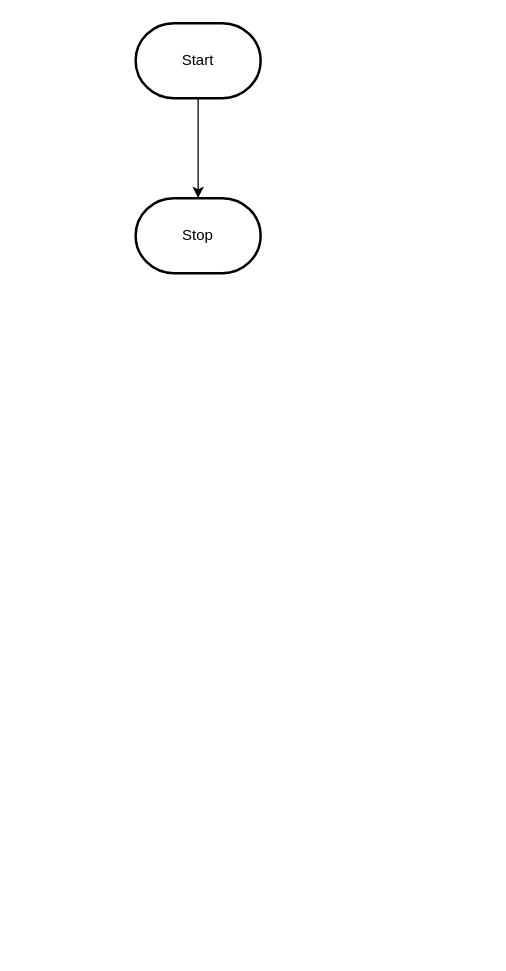
Above: design/flowchart.drawio in MTHS-TEJ2O-1-2023/TEJ2O-Unit-2-12-daki-atahwalp-antango-boad (draw.io), before the change. Source tidied: cells renumbered, new cells numbered last; positions are measured from the earlier drawing's top-left corner, leaving out a move shared by most shapes. Both pictures are drawn from the tidied source at 125%, with x=0, y=0 at pixel (135, 22).
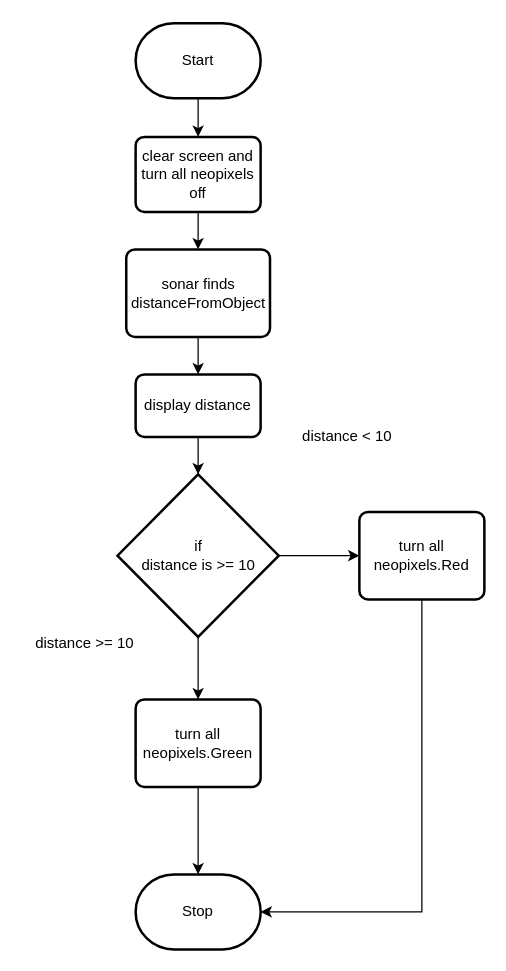
The same page after the edit.

What changed in the source:
```diff
@@
 <mxGraphModel>
   <root>
     <mxCell id="0" />
     <mxCell id="1" parent="0" />
-    <mxCell id="2" style="edgeStyle=orthogonalEdgeStyle;html=1;rounded=0;" parent="1" edge="1" source="3" target="4">
-      <mxGeometry relative="1" as="geometry" />
-    </mxCell>
+    <mxCell id="5" style="edgeStyle=none;html=1;exitX=0.5;exitY=1;exitDx=0;exitDy=0;exitPerimeter=0;entryX=0.5;entryY=0;entryDx=0;entryDy=0;" parent="1" edge="1" source="3" target="2">
+      <mxGeometry relative="1" as="geometry" />
+    </mxCell>
     <mxCell id="3" value="Start" style="strokeWidth=2;html=1;shape=mxgraph.flowchart.terminator;whiteSpace=wrap;" parent="1" vertex="1">
       <mxGeometry width="100" height="60" as="geometry" />
     </mxCell>
     <mxCell id="4" value="Stop" style="strokeWidth=2;html=1;shape=mxgraph.flowchart.terminator;whiteSpace=wrap;" parent="1" vertex="1">
-      <mxGeometry y="140" width="100" height="60" as="geometry" />
+      <mxGeometry y="681" width="100" height="60" as="geometry" />
     </mxCell>
+    <mxCell id="6" style="edgeStyle=none;html=1;exitX=0.5;exitY=1;exitDx=0;exitDy=0;entryX=0.5;entryY=0;entryDx=0;entryDy=0;" parent="1" edge="1" source="2" target="8">
+      <mxGeometry relative="1" as="geometry" />
+    </mxCell>
+    <mxCell id="2" value="clear screen and turn all neopixels off" style="rounded=1;whiteSpace=wrap;html=1;absoluteArcSize=1;arcSize=14;strokeWidth=2;" parent="1" vertex="1">
+      <mxGeometry y="91" width="100" height="60" as="geometry" />
+    </mxCell>
+    <mxCell id="7" style="edgeStyle=none;html=1;exitX=0.5;exitY=1;exitDx=0;exitDy=0;entryX=0.5;entryY=0;entryDx=0;entryDy=0;" parent="1" edge="1" source="8" target="15">
+      <mxGeometry relative="1" as="geometry" />
+    </mxCell>
+    <mxCell id="8" value="sonar finds distanceFromObject" style="rounded=1;whiteSpace=wrap;html=1;absoluteArcSize=1;arcSize=14;strokeWidth=2;" parent="1" vertex="1">
+      <mxGeometry x="-7.5" y="181" width="115" height="70" as="geometry" />
+    </mxCell>
+    <mxCell id="9" style="edgeStyle=none;html=1;exitX=0.5;exitY=1;exitDx=0;exitDy=0;exitPerimeter=0;entryX=0.5;entryY=0;entryDx=0;entryDy=0;" parent="1" edge="1" source="11" target="17">
+      <mxGeometry relative="1" as="geometry" />
+    </mxCell>
+    <mxCell id="10" style="edgeStyle=none;html=1;exitX=1;exitY=0.5;exitDx=0;exitDy=0;exitPerimeter=0;" parent="1" edge="1" source="11" target="19">
+      <mxGeometry relative="1" as="geometry" />
+    </mxCell>
+    <mxCell id="11" value="if&lt;br&gt;distance is &amp;gt;= 10" style="strokeWidth=2;html=1;shape=mxgraph.flowchart.decision;whiteSpace=wrap;" parent="1" vertex="1">
+      <mxGeometry x="-14.5" y="361" width="129" height="130" as="geometry" />
+    </mxCell>
+    <mxCell id="12" value="distance &amp;lt; 10" style="text;html=1;align=center;verticalAlign=middle;strokeColor=none;fillColor=none;" parent="1" vertex="1">
+      <mxGeometry x="119" y="316" width="100" height="30" as="geometry" />
+    </mxCell>
+    <mxCell id="13" value="distance &amp;gt;= 10" style="text;html=1;align=center;verticalAlign=middle;strokeColor=none;fillColor=none;" parent="1" vertex="1">
+      <mxGeometry x="-91" y="481" width="100" height="30" as="geometry" />
+    </mxCell>
+    <mxCell id="14" style="edgeStyle=none;html=1;exitX=0.5;exitY=1;exitDx=0;exitDy=0;entryX=0.5;entryY=0;entryDx=0;entryDy=0;entryPerimeter=0;" parent="1" edge="1" source="15" target="11">
+      <mxGeometry relative="1" as="geometry" />
+    </mxCell>
+    <mxCell id="15" value="display distance" style="rounded=1;whiteSpace=wrap;html=1;absoluteArcSize=1;arcSize=14;strokeWidth=2;" parent="1" vertex="1">
+      <mxGeometry y="281" width="100" height="50" as="geometry" />
+    </mxCell>
+    <mxCell id="16" style="edgeStyle=none;html=1;exitX=0.5;exitY=1;exitDx=0;exitDy=0;entryX=0.5;entryY=0;entryDx=0;entryDy=0;entryPerimeter=0;" parent="1" edge="1" source="17" target="4">
+      <mxGeometry relative="1" as="geometry" />
+    </mxCell>
+    <mxCell id="17" value="turn all neopixels.Green" style="rounded=1;whiteSpace=wrap;html=1;absoluteArcSize=1;arcSize=14;strokeWidth=2;" parent="1" vertex="1">
+      <mxGeometry y="541" width="100" height="70" as="geometry" />
+    </mxCell>
+    <mxCell id="18" style="edgeStyle=orthogonalEdgeStyle;html=1;exitX=0.5;exitY=1;exitDx=0;exitDy=0;entryX=1;entryY=0.5;entryDx=0;entryDy=0;entryPerimeter=0;rounded=0;" parent="1" edge="1" source="19" target="4">
+      <mxGeometry relative="1" as="geometry" />
+    </mxCell>
+    <mxCell id="19" value="turn all neopixels.Red" style="rounded=1;whiteSpace=wrap;html=1;absoluteArcSize=1;arcSize=14;strokeWidth=2;" parent="1" vertex="1">
+      <mxGeometry x="179" y="391" width="100" height="70" as="geometry" />
+    </mxCell>
   </root>
 </mxGraphModel>
```
